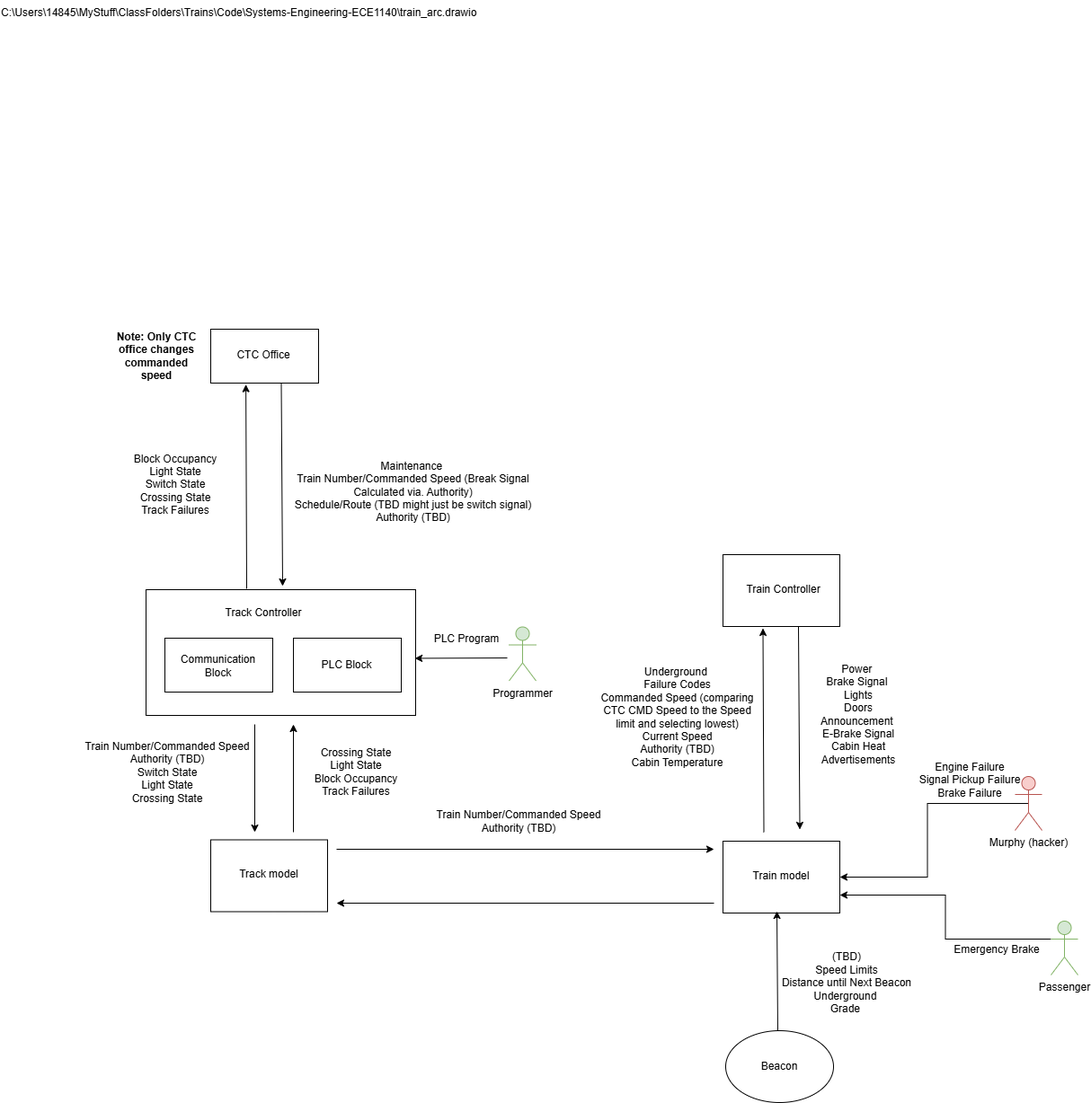
Before: Architecture_Group3.drawio.png, a diagram exported from draw.io (lao57/Systems-Engineering-ECE1140). Source tidied: cells renumbered, new cells last; positions are measured from the earlier drawing's top-left corner, leaving out a move shared by most shapes.
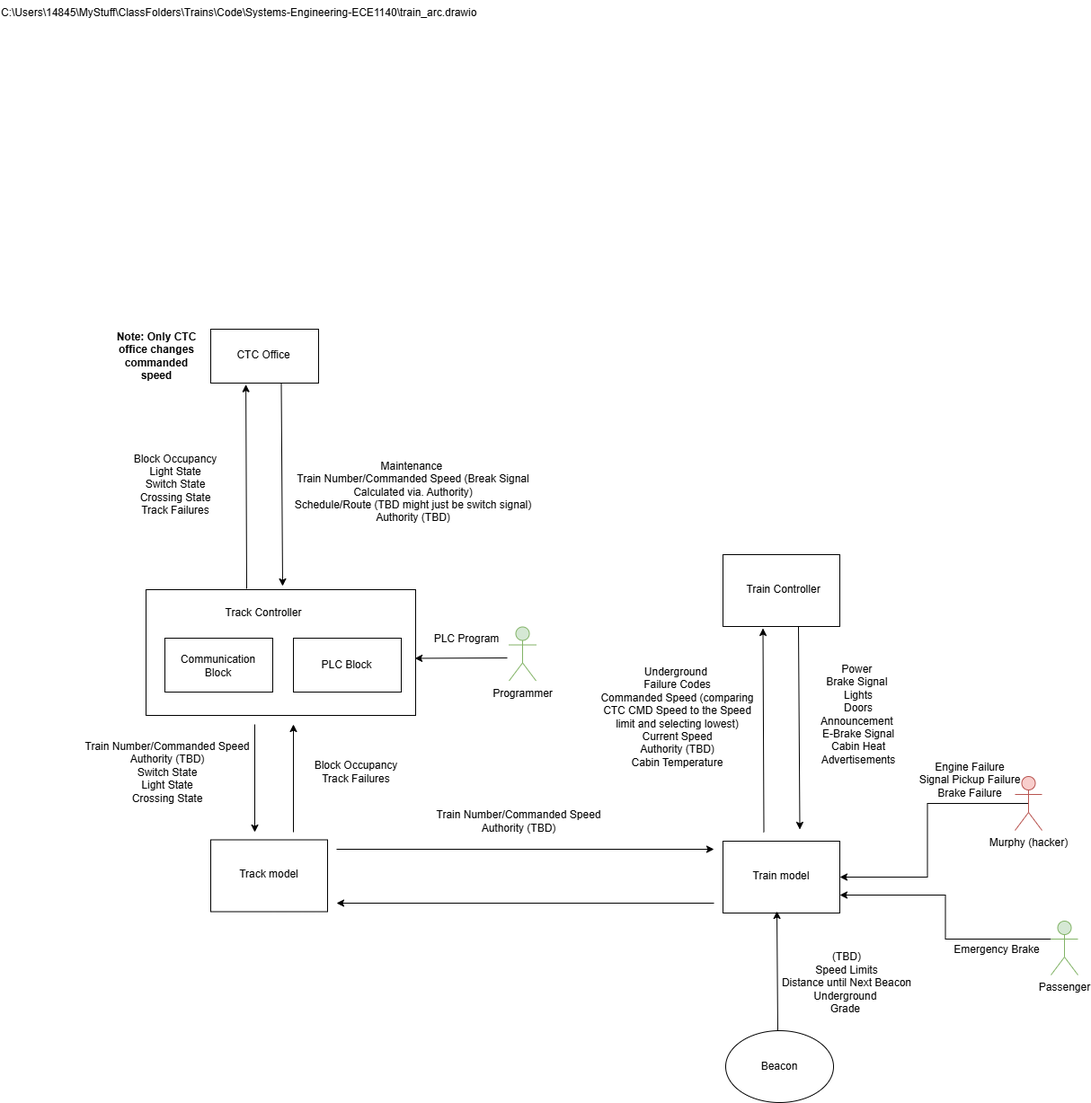
Later version of the same file.

The edit, as a diff of the source:
```diff
@@ -118,7 +118,7 @@
     <mxCell id="32" value="Block Occupancy&lt;div&gt;Light State&lt;/div&gt;&lt;div&gt;Switch State&lt;/div&gt;&lt;div&gt;Crossing State&lt;/div&gt;&lt;div&gt;Track Failures&lt;/div&gt;" style="text;html=1;align=center;verticalAlign=middle;whiteSpace=wrap;rounded=0;" parent="1" vertex="1">
       <mxGeometry x="145" y="434" width="102" height="209" as="geometry" />
     </mxCell>
-    <mxCell id="33" value="&lt;div&gt;Crossing State&lt;/div&gt;&lt;div&gt;Light State&lt;/div&gt;&lt;div&gt;Block Occupancy&lt;/div&gt;&lt;div&gt;Track Failures&lt;/div&gt;" style="text;html=1;align=center;verticalAlign=middle;whiteSpace=wrap;rounded=0;" parent="1" vertex="1">
+    <mxCell id="33" value="&lt;div&gt;&lt;span style=&quot;background-color: transparent; color: light-dark(rgb(0, 0, 0), rgb(255, 255, 255));&quot;&gt;Block Occupancy&lt;/span&gt;&lt;/div&gt;&lt;div&gt;Track Failures&lt;/div&gt;" style="text;html=1;align=center;verticalAlign=middle;whiteSpace=wrap;rounded=0;" parent="1" vertex="1">
       <mxGeometry x="331" y="790" width="132" height="137" as="geometry" />
     </mxCell>
     <mxCell id="34" value="Train Number/Commanded Speed&#10;Authority (TBD)&#10;Switch State&#10;Light State&#10;Crossing State&#10;" style="text;whiteSpace=wrap;align=center;" parent="1" vertex="1">
```
